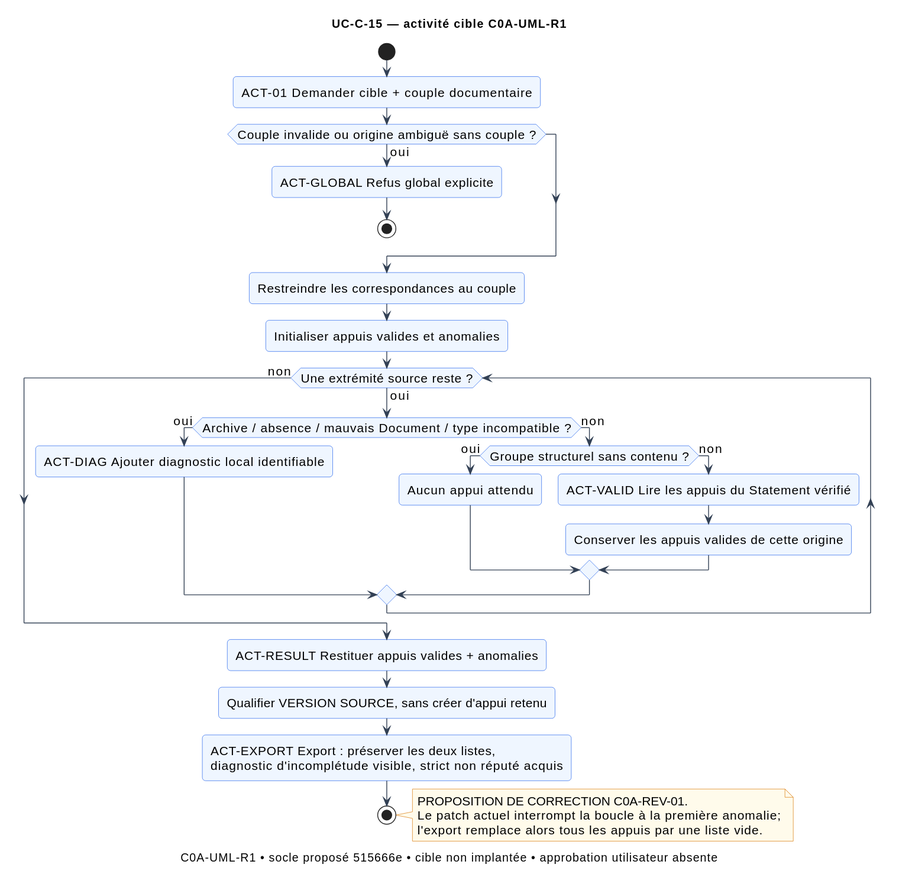
LPDavidbdeb/court keeps this PlantUML diagram as docs/architecture_c/use_cases/UC-C-15/activity.svg. Above is the earlier version.
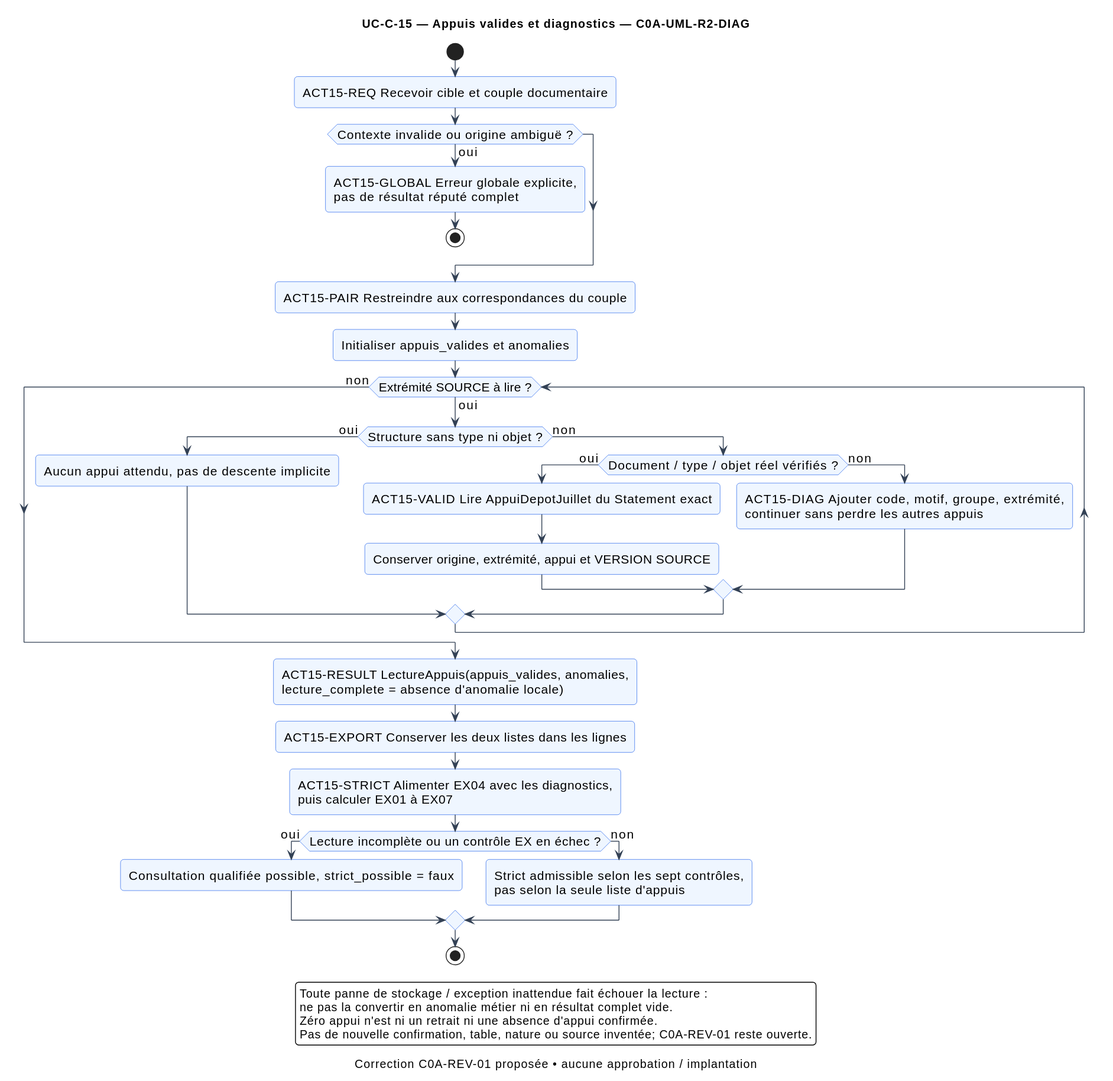
Later version of the same file.

Change to the diagram source:
```diff
@@ -1,34 +1,40 @@
 @startuml
 !include ../../modele_global/style.iuml
-title UC-C-15 — activité cible C0A-UML-R1
-caption C0A-UML-R1 • socle proposé 515666e • cible non implantée • approbation utilisateur absente
+title UC-C-15 — Appuis valides et diagnostics — C0A-UML-R2-DIAG
+caption Correction C0A-REV-01 proposée • aucune approbation / implantation
 start
-:ACT-01 Demander cible + couple documentaire;
-if (Couple invalide ou origine ambiguë sans couple ?) then (oui)
-  :ACT-GLOBAL Refus global explicite;
+:ACT15-REQ Recevoir cible et couple documentaire;
+if (Contexte invalide ou origine ambiguë ?) then (oui)
+  :ACT15-GLOBAL Erreur globale explicite,\npas de résultat réputé complet;
   stop
 endif
-:Restreindre les correspondances au couple;
-:Initialiser appuis valides et anomalies;
-while (Une extrémité source reste ?) is (oui)
-  if (Archive / absence / mauvais Document / type incompatible ?) then (oui)
-    :ACT-DIAG Ajouter diagnostic local identifiable;
+:ACT15-PAIR Restreindre aux correspondances du couple;
+:Initialiser appuis_valides et anomalies;
+while (Extrémité SOURCE à lire ?) is (oui)
+  if (Structure sans type ni objet ?) then (oui)
+    :Aucun appui attendu, pas de descente implicite;
   else (non)
-    if (Groupe structurel sans contenu ?) then (oui)
-      :Aucun appui attendu;
+    if (Document / type / objet réel vérifiés ?) then (oui)
+      :ACT15-VALID Lire AppuiDepotJuillet du Statement exact;
+      :Conserver origine, extrémité, appui et VERSION SOURCE;
     else (non)
-      :ACT-VALID Lire les appuis du Statement vérifié;
-      :Conserver les appuis valides de cette origine;
+      :ACT15-DIAG Ajouter code, motif, groupe, extrémité,\ncontinuer sans perdre les autres appuis;
     endif
   endif
 endwhile (non)
-:ACT-RESULT Restituer appuis valides + anomalies;
-:Qualifier VERSION SOURCE, sans créer d'appui retenu;
-:ACT-EXPORT Export : préserver les deux listes,\ndiagnostic d'incomplétude visible, strict non réputé acquis;
+:ACT15-RESULT LectureAppuis(appuis_valides, anomalies,\nlecture_complete = absence d'anomalie locale);
+:ACT15-EXPORT Conserver les deux listes dans les lignes;
+:ACT15-STRICT Alimenter EX04 avec les diagnostics,\npuis calculer EX01 à EX07;
+if (Lecture incomplète ou un contrôle EX en échec ?) then (oui)
+  :Consultation qualifiée possible, strict_possible = faux;
+else (non)
+  :Strict admissible selon les sept contrôles,\npas selon la seule liste d'appuis;
+endif
 stop
-note right
-PROPOSITION DE CORRECTION C0A-REV-01.
-Le patch actuel interrompt la boucle à la première anomalie;
-l'export remplace alors tous les appuis par une liste vide.
-end note
+legend bottom
+Toute panne de stockage / exception inattendue fait échouer la lecture :
+ne pas la convertir en anomalie métier ni en résultat complet vide.
+Zéro appui n'est ni un retrait ni une absence d'appui confirmée.
+Pas de nouvelle confirmation, table, nature ou source inventée; C0A-REV-01 reste ouverte.
+endlegend
 @enduml
```
